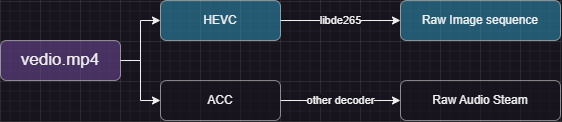
Above: multimedia/image/vedio_steam.drawio.png in Puiching-Memory/pylibde265 (draw.io), before the change. Source tidied: cells renumbered, new cells last; positions are measured from the earlier drawing's top-left corner, leaving out a move shared by most shapes.
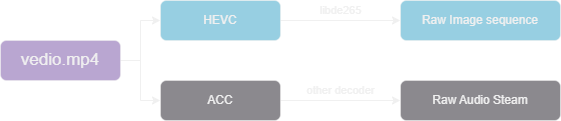
After the commit.

What changed in the source:
```diff
@@ -14,8 +14,10 @@
     <mxCell id="5" style="edgeStyle=orthogonalEdgeStyle;rounded=0;jettySize=auto;html=1;" parent="1" edge="1" source="7" target="11">
       <mxGeometry relative="1" as="geometry" />
     </mxCell>
-    <mxCell id="6" value="libde265" style="edgeLabel;html=1;align=center;verticalAlign=middle;" parent="5" vertex="1">
-      <mxGeometry relative="1" as="geometry" />
+    <mxCell id="6" value="libde265" style="edgeLabel;html=1;align=center;verticalAlign=middle;labelBackgroundColor=none;labelBorderColor=none;" parent="5" vertex="1">
+      <mxGeometry relative="1" as="geometry">
+        <mxPoint y="-10" as="offset" />
+      </mxGeometry>
     </mxCell>
     <mxCell id="7" value="HEVC" style="rounded=1;whiteSpace=wrap;html=1;fillColor=#2fa0c6;opacity=50;" parent="1" vertex="1">
       <mxGeometry x="160" width="120" height="40" as="geometry" />
@@ -23,8 +25,10 @@
     <mxCell id="8" style="edgeStyle=orthogonalEdgeStyle;rounded=0;jettySize=auto;html=1;" parent="1" edge="1" source="10" target="12">
       <mxGeometry relative="1" as="geometry" />
     </mxCell>
-    <mxCell id="9" value="other decoder" style="edgeLabel;html=1;align=center;verticalAlign=middle;" parent="8" vertex="1">
-      <mxGeometry relative="1" as="geometry" />
+    <mxCell id="9" value="other decoder" style="edgeLabel;html=1;align=center;verticalAlign=middle;labelBackgroundColor=none;" parent="8" vertex="1">
+      <mxGeometry relative="1" as="geometry">
+        <mxPoint y="-10" as="offset" />
+      </mxGeometry>
     </mxCell>
     <mxCell id="10" value="ACC" style="rounded=1;whiteSpace=wrap;html=1;opacity=50;" parent="1" vertex="1">
       <mxGeometry x="160" y="80" width="120" height="40" as="geometry" />
```
